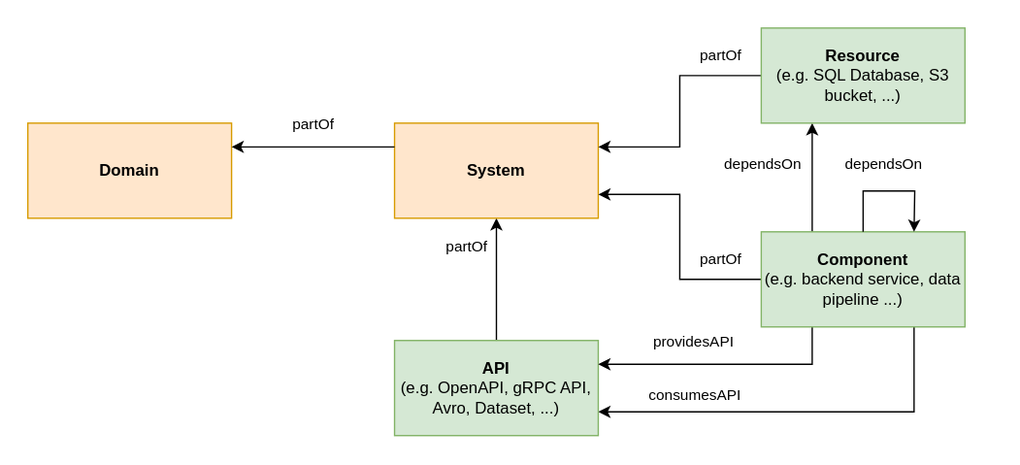
Earlier version of the draw.io export docs/assets/software-catalog/software-model-entities.drawio.svg (waldirmontoya25/backstage). Source tidied: cells renumbered, new cells last; positions are measured from the earlier drawing's top-left corner, leaving out a move shared by most shapes.
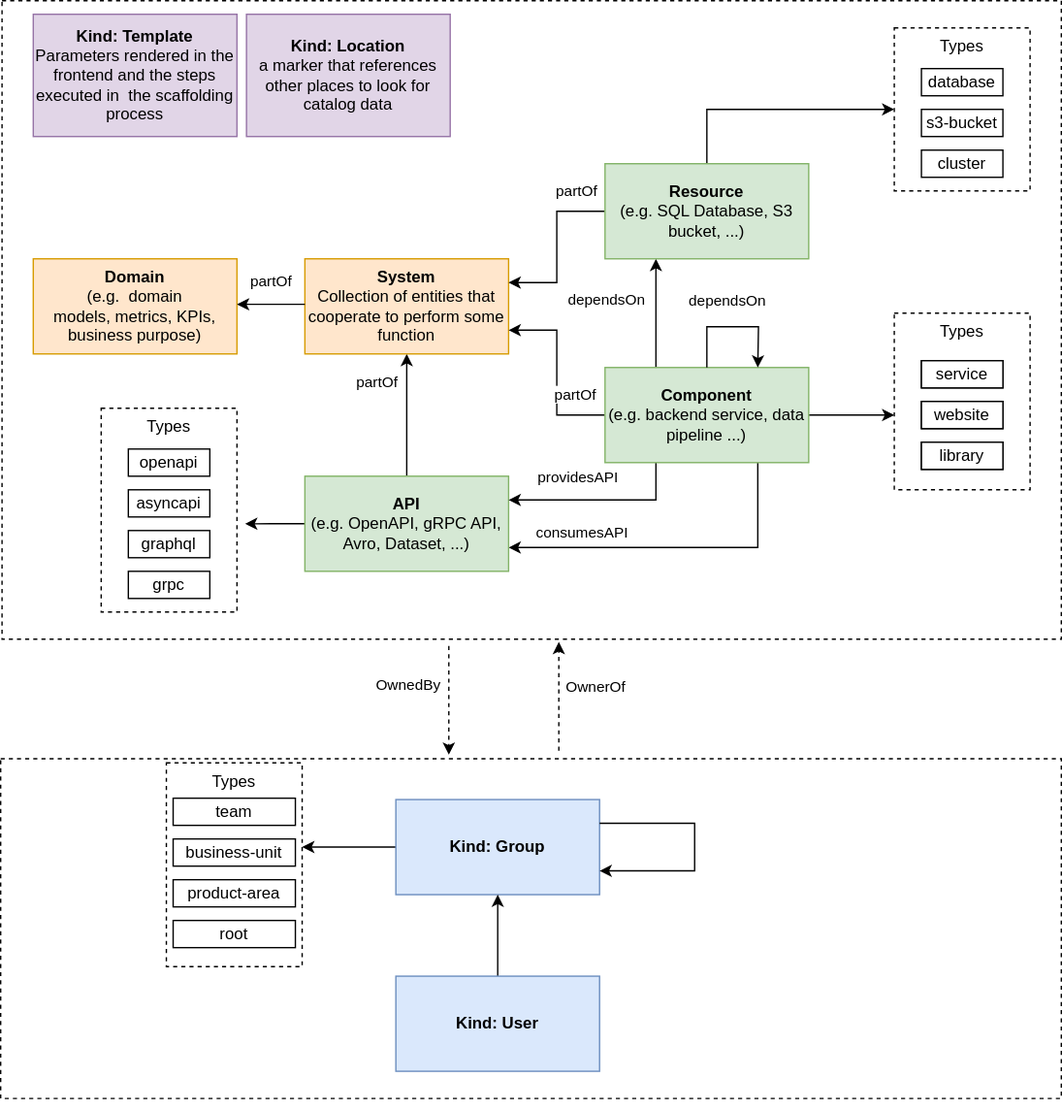
The same diagram one commit later.

What changed in the source:
```diff
@@ -2,8 +2,17 @@
   <root>
     <mxCell id="0" />
     <mxCell id="1" parent="0" />
+    <mxCell id="20" style="edgeStyle=orthogonalEdgeStyle;rounded=0;orthogonalLoop=1;jettySize=auto;html=1;dashed=1;" parent="1" edge="1">
+      <mxGeometry relative="1" as="geometry">
+        <mxPoint x="359" y="525" as="sourcePoint" />
+        <mxPoint x="359" y="605" as="targetPoint" />
+      </mxGeometry>
+    </mxCell>
+    <mxCell id="21" style="rounded=0;whiteSpace=wrap;html=1;glass=0;fillColor=none;dashed=1;" parent="1" vertex="1">
+      <mxGeometry x="30" y="50" width="780" height="470" as="geometry" />
+    </mxCell>
-    <mxCell id="2" value="&lt;b&gt;Domain&lt;/b&gt;" style="rounded=0;whiteSpace=wrap;html=1;fillColor=#ffe6cc;strokeColor=#d79b00;" parent="1" vertex="1">
-      <mxGeometry x="20" y="90" width="150" height="70" as="geometry" />
+    <mxCell id="2" value="&lt;b&gt;Domain&lt;/b&gt;&lt;br&gt;(e.g.&amp;nbsp; domain&lt;br&gt;models, metrics, KPIs, business purpose)&lt;b&gt;&lt;br&gt;&lt;/b&gt;" style="rounded=0;whiteSpace=wrap;html=1;fillColor=#ffe6cc;strokeColor=#d79b00;" parent="1" vertex="1">
+      <mxGeometry x="53" y="240" width="150" height="70" as="geometry" />
     </mxCell>
     <mxCell id="3" style="edgeStyle=orthogonalEdgeStyle;rounded=0;jettySize=auto;html=1;exitX=0.5;exitY=0;exitDx=0;exitDy=0;entryX=0.5;entryY=1;entryDx=0;entryDy=0;" parent="1" edge="1" source="11" target="5">
       <mxGeometry x="-0.56" y="-15" relative="1" as="geometry" />
@@ -13,8 +22,8 @@
         <mxPoint x="-22.5" y="-38" as="offset" />
       </mxGeometry>
     </mxCell>
-    <mxCell id="5" value="&lt;b&gt;System&lt;/b&gt;" style="rounded=0;whiteSpace=wrap;html=1;fillColor=#ffe6cc;strokeColor=#d79b00;" parent="1" vertex="1">
-      <mxGeometry x="290" y="90" width="150" height="70" as="geometry" />
+    <mxCell id="5" value="&lt;b&gt;System&lt;br&gt;&lt;/b&gt;Collection of entities that cooperate to perform some function&lt;b&gt;&lt;br&gt;&lt;/b&gt;" style="rounded=0;whiteSpace=wrap;html=1;fillColor=#ffe6cc;strokeColor=#d79b00;" parent="1" vertex="1">
+      <mxGeometry x="253" y="240" width="150" height="70" as="geometry" />
     </mxCell>
     <mxCell id="6" value="dependsOn" style="edgeStyle=orthogonalEdgeStyle;rounded=0;jettySize=auto;html=1;exitX=0.25;exitY=0;exitDx=0;exitDy=0;entryX=0.25;entryY=1;entryDx=0;entryDy=0;verticalAlign=middle;align=center;" parent="1" edge="1" source="14" target="8">
       <mxGeometry x="0.25" y="38" relative="1" as="geometry">
@@ -24,19 +33,25 @@
     <mxCell id="7" value="partOf" style="edgeStyle=orthogonalEdgeStyle;rounded=0;jettySize=auto;html=1;exitX=0;exitY=0.5;exitDx=0;exitDy=0;entryX=1;entryY=0.25;entryDx=0;entryDy=0;" parent="1" edge="1" source="8" target="5">
       <mxGeometry x="-0.65" y="-15" relative="1" as="geometry" />
     </mxCell>
+    <mxCell id="22" style="edgeStyle=orthogonalEdgeStyle;rounded=0;jettySize=auto;html=1;entryX=0;entryY=0.5;entryDx=0;entryDy=0;exitX=0.5;exitY=0;exitDx=0;exitDy=0;" parent="1" edge="1" source="8" target="54">
+      <mxGeometry relative="1" as="geometry" />
+    </mxCell>
     <mxCell id="8" value="&lt;b&gt;Resource&lt;/b&gt;&lt;br&gt;(e.g. SQL Database, S3 bucket, ...)" style="rounded=0;whiteSpace=wrap;html=1;fillColor=#d5e8d4;strokeColor=#82b366;" parent="1" vertex="1">
-      <mxGeometry x="560" y="20" width="150" height="70" as="geometry" />
+      <mxGeometry x="474" y="170" width="150" height="70" as="geometry" />
     </mxCell>
     <mxCell id="9" style="edgeStyle=orthogonalEdgeStyle;rounded=0;jettySize=auto;html=1;exitX=0.75;exitY=1;exitDx=0;exitDy=0;entryX=1;entryY=0.75;entryDx=0;entryDy=0;" parent="1" edge="1" source="14" target="11">
       <mxGeometry relative="1" as="geometry" />
     </mxCell>
     <mxCell id="10" value="consumesAPI" style="edgeLabel;html=1;align=center;verticalAlign=middle;" parent="9" vertex="1">
       <mxGeometry x="-0.26" y="5" relative="1" as="geometry">
-        <mxPoint x="-116" y="-17.5" as="offset" />
+        <mxPoint x="-102" y="-16" as="offset" />
       </mxGeometry>
     </mxCell>
+    <mxCell id="23" style="edgeStyle=orthogonalEdgeStyle;rounded=0;jettySize=auto;html=1;entryX=1.06;entryY=0.567;entryDx=0;entryDy=0;entryPerimeter=0;" parent="1" edge="1" source="11" target="45">
+      <mxGeometry relative="1" as="geometry" />
+    </mxCell>
     <mxCell id="11" value="&lt;b&gt;API&lt;/b&gt;&lt;br&gt;(e.g. OpenAPI, gRPC API, Avro, Dataset, ...)" style="rounded=0;whiteSpace=wrap;html=1;fillColor=#d5e8d4;strokeColor=#82b366;" parent="1" vertex="1">
-      <mxGeometry x="290" y="250" width="150" height="70" as="geometry" />
+      <mxGeometry x="253" y="400" width="150" height="70" as="geometry" />
     </mxCell>
     <mxCell id="12" value="providesAPI" style="edgeStyle=orthogonalEdgeStyle;rounded=0;jettySize=auto;html=1;exitX=0.25;exitY=1;exitDx=0;exitDy=0;entryX=1;entryY=0.25;entryDx=0;entryDy=0;" parent="1" edge="1" source="14" target="11">
       <mxGeometry x="0.24" y="-17" relative="1" as="geometry" />
@@ -44,23 +59,23 @@
     <mxCell id="13" value="partOf" style="edgeStyle=orthogonalEdgeStyle;rounded=0;jettySize=auto;html=1;exitX=0;exitY=0.5;exitDx=0;exitDy=0;entryX=1;entryY=0.75;entryDx=0;entryDy=0;" parent="1" edge="1" source="14" target="5">
       <mxGeometry x="-0.67" y="-15" relative="1" as="geometry" />
     </mxCell>
+    <mxCell id="24" style="edgeStyle=orthogonalEdgeStyle;rounded=0;jettySize=auto;html=1;entryX=0;entryY=0.577;entryDx=0;entryDy=0;entryPerimeter=0;" parent="1" edge="1" source="14" target="38">
+      <mxGeometry relative="1" as="geometry" />
+    </mxCell>
     <mxCell id="14" value="&lt;b&gt;Component&lt;/b&gt;&lt;br&gt;(e.g. backend service, data pipeline ...)" style="rounded=0;whiteSpace=wrap;html=1;fillColor=#d5e8d4;strokeColor=#82b366;" parent="1" vertex="1">
-      <mxGeometry x="560" y="170" width="150" height="70" as="geometry" />
+      <mxGeometry x="474" y="320" width="150" height="70" as="geometry" />
     </mxCell>
-    <mxCell id="15" value="partOf" style="endArrow=classic;html=1;exitX=0;exitY=0.25;exitDx=0;exitDy=0;entryX=1;entryY=0.25;entryDx=0;entryDy=0;" parent="1" edge="1" source="5" target="2">
-      <mxGeometry y="-17" relative="1" as="geometry" />
+    <mxCell id="15" value="partOf" style="endArrow=classic;html=1;exitX=0;exitY=0.25;exitDx=0;exitDy=0;entryX=1;entryY=0.25;entryDx=0;entryDy=0;" parent="1" edge="1">
+      <mxGeometry y="-17" relative="1" as="geometry">
+        <mxPoint x="253" y="273.5" as="sourcePoint" />
+        <mxPoint x="203" y="273.5" as="targetPoint" />
+      </mxGeometry>
     </mxCell>
-    <mxCell id="16" style="whiteSpace=wrap;html=1;strokeColor=none;" parent="1" vertex="1">
-      <mxGeometry width="20" height="20" as="geometry" />
-    </mxCell>
-    <mxCell id="17" style="whiteSpace=wrap;html=1;strokeColor=none;" parent="1" vertex="1">
-      <mxGeometry x="720" y="310" width="30" height="30" as="geometry" />
-    </mxCell>
     <mxCell id="18" style="endArrow=classic;html=1;rounded=0;entryX=0.75;entryY=0;entryDx=0;entryDy=0;exitX=0.5;exitY=0;exitDx=0;exitDy=0;" parent="1" edge="1" source="14" target="14">
       <mxGeometry relative="1" as="geometry">
         <Array as="points">
-          <mxPoint x="635" y="140" />
-          <mxPoint x="673" y="140" />
+          <mxPoint x="549" y="290" />
+          <mxPoint x="587" y="290" />
         </Array>
       </mxGeometry>
     </mxCell>
@@ -69,5 +84,112 @@
         <mxPoint x="8" y="-20" as="offset" />
       </mxGeometry>
     </mxCell>
+    <mxCell id="25" style="edgeStyle=orthogonalEdgeStyle;rounded=0;orthogonalLoop=1;jettySize=auto;html=1;entryX=0.5;entryY=1;entryDx=0;entryDy=0;dashed=1;" parent="1" edge="1">
+      <mxGeometry relative="1" as="geometry">
+        <mxPoint x="440" y="602" as="sourcePoint" />
+        <mxPoint x="440" y="522" as="targetPoint" />
+      </mxGeometry>
+    </mxCell>
+    <mxCell id="26" style="rounded=0;whiteSpace=wrap;html=1;glass=0;fillColor=none;dashed=1;" parent="1" vertex="1">
+      <mxGeometry x="29" y="608" width="781" height="250" as="geometry" />
+    </mxCell>
+    <mxCell id="27" style="edgeStyle=orthogonalEdgeStyle;rounded=0;jettySize=auto;html=1;entryX=1;entryY=0.413;entryDx=0;entryDy=0;entryPerimeter=0;" parent="1" edge="1" source="28" target="50">
+      <mxGeometry relative="1" as="geometry" />
+    </mxCell>
+    <mxCell id="28" value="&lt;b&gt;Kind: Group&lt;/b&gt;" style="rounded=0;whiteSpace=wrap;html=1;fillColor=#dae8fc;strokeColor=#6c8ebf;" parent="1" vertex="1">
+      <mxGeometry x="320" y="638" width="150" height="70" as="geometry" />
+    </mxCell>
+    <mxCell id="29" style="edgeStyle=orthogonalEdgeStyle;rounded=0;jettySize=auto;html=1;entryX=0.5;entryY=1;entryDx=0;entryDy=0;" parent="1" edge="1" source="30" target="28">
+      <mxGeometry relative="1" as="geometry" />
+    </mxCell>
+    <mxCell id="30" value="&lt;b&gt;Kind: User&lt;/b&gt;" style="rounded=0;whiteSpace=wrap;html=1;fillColor=#dae8fc;strokeColor=#6c8ebf;" parent="1" vertex="1">
+      <mxGeometry x="320" y="768" width="150" height="70" as="geometry" />
+    </mxCell>
+    <mxCell id="31" style="edgeStyle=orthogonalEdgeStyle;rounded=0;orthogonalLoop=1;jettySize=auto;html=1;entryX=1;entryY=0.75;entryDx=0;entryDy=0;exitX=1;exitY=0.25;exitDx=0;exitDy=0;" parent="1" edge="1" source="28" target="28">
+      <mxGeometry relative="1" as="geometry">
+        <Array as="points">
+          <mxPoint x="540" y="656" />
+          <mxPoint x="540" y="691" />
+        </Array>
+      </mxGeometry>
+    </mxCell>
+    <mxCell id="32" style="edgeStyle=orthogonalEdgeStyle;rounded=0;orthogonalLoop=1;jettySize=auto;html=1;exitX=0.5;exitY=1;exitDx=0;exitDy=0;" parent="1" edge="1" source="26" target="26">
+      <mxGeometry relative="1" as="geometry" />
+    </mxCell>
+    <mxCell id="33" value="OwnerOf" style="edgeLabel;html=1;align=center;verticalAlign=middle;" parent="1" vertex="1">
+      <mxGeometry x="466" y="554" as="geometry" />
+    </mxCell>
+    <mxCell id="34" value="OwnedBy" style="edgeLabel;html=1;align=center;verticalAlign=middle;" parent="1" vertex="1">
+      <mxGeometry x="328" y="553" as="geometry" />
+    </mxCell>
+    <mxCell id="35" value="Service" style="rounded=0;whiteSpace=wrap;html=1;" parent="1" vertex="1">
+      <mxGeometry x="707" y="315" width="60" height="20" as="geometry" />
+    </mxCell>
+    <mxCell id="36" value="website" style="rounded=0;whiteSpace=wrap;html=1;" parent="1" vertex="1">
+      <mxGeometry x="707" y="345" width="60" height="20" as="geometry" />
+    </mxCell>
+    <mxCell id="37" value="website" style="rounded=0;whiteSpace=wrap;html=1;" parent="1" vertex="1">
+      <mxGeometry x="707" y="375" width="60" height="20" as="geometry" />
+    </mxCell>
+    <mxCell id="38" value="Types" style="rounded=0;whiteSpace=wrap;html=1;glass=0;fillColor=none;dashed=1;verticalAlign=top;" parent="1" vertex="1">
+      <mxGeometry x="687" y="280" width="100" height="130" as="geometry" />
+    </mxCell>
+    <mxCell id="39" value="service" style="rounded=0;whiteSpace=wrap;html=1;" parent="1" vertex="1">
+      <mxGeometry x="707" y="315" width="60" height="20" as="geometry" />
+    </mxCell>
+    <mxCell id="40" value="website" style="rounded=0;whiteSpace=wrap;html=1;" parent="1" vertex="1">
+      <mxGeometry x="707" y="345" width="60" height="20" as="geometry" />
+    </mxCell>
+    <mxCell id="41" value="library" style="rounded=0;whiteSpace=wrap;html=1;" parent="1" vertex="1">
+      <mxGeometry x="707" y="375" width="60" height="20" as="geometry" />
+    </mxCell>
+    <mxCell id="42" value="asyncapi" style="rounded=0;whiteSpace=wrap;html=1;" parent="1" vertex="1">
+      <mxGeometry x="123" y="410" width="60" height="20" as="geometry" />
+    </mxCell>
+    <mxCell id="43" value="graphql" style="rounded=0;whiteSpace=wrap;html=1;" parent="1" vertex="1">
+      <mxGeometry x="123" y="440" width="60" height="20" as="geometry" />
+    </mxCell>
+    <mxCell id="44" value="grpc" style="rounded=0;whiteSpace=wrap;html=1;" parent="1" vertex="1">
+      <mxGeometry x="123" y="470" width="60" height="20" as="geometry" />
+    </mxCell>
+    <mxCell id="45" value="Types" style="rounded=0;whiteSpace=wrap;html=1;glass=0;fillColor=none;dashed=1;verticalAlign=top;" parent="1" vertex="1">
+      <mxGeometry x="103" y="350" width="100" height="150" as="geometry" />
+    </mxCell>
+    <mxCell id="46" value="openapi" style="rounded=0;whiteSpace=wrap;html=1;" parent="1" vertex="1">
+      <mxGeometry x="123" y="380" width="60" height="20" as="geometry" />
+    </mxCell>
+    <mxCell id="47" value="business-unit" style="rounded=0;whiteSpace=wrap;html=1;" parent="1" vertex="1">
+      <mxGeometry x="156" y="667" width="90" height="20" as="geometry" />
+    </mxCell>
+    <mxCell id="48" value="product-area" style="rounded=0;whiteSpace=wrap;html=1;" parent="1" vertex="1">
+      <mxGeometry x="156" y="697" width="90" height="20" as="geometry" />
+    </mxCell>
+    <mxCell id="49" value="root" style="rounded=0;whiteSpace=wrap;html=1;" parent="1" vertex="1">
+      <mxGeometry x="156" y="727" width="90" height="20" as="geometry" />
+    </mxCell>
+    <mxCell id="50" value="Types" style="rounded=0;whiteSpace=wrap;html=1;glass=0;fillColor=none;dashed=1;verticalAlign=top;" parent="1" vertex="1">
+      <mxGeometry x="151" y="611" width="100" height="150" as="geometry" />
+    </mxCell>
+    <mxCell id="51" value="team" style="rounded=0;whiteSpace=wrap;html=1;" parent="1" vertex="1">
+      <mxGeometry x="156" y="637" width="90" height="20" as="geometry" />
+    </mxCell>
+    <mxCell id="52" value="s3-bucket" style="rounded=0;whiteSpace=wrap;html=1;" parent="1" vertex="1">
+      <mxGeometry x="707" y="130" width="60" height="20" as="geometry" />
+    </mxCell>
+    <mxCell id="53" value="cluster" style="rounded=0;whiteSpace=wrap;html=1;" parent="1" vertex="1">
+      <mxGeometry x="707" y="160" width="60" height="20" as="geometry" />
+    </mxCell>
+    <mxCell id="54" value="Types" style="rounded=0;whiteSpace=wrap;html=1;glass=0;fillColor=none;dashed=1;verticalAlign=top;" parent="1" vertex="1">
+      <mxGeometry x="687" y="70" width="100" height="120" as="geometry" />
+    </mxCell>
+    <mxCell id="55" value="database" style="rounded=0;whiteSpace=wrap;html=1;" parent="1" vertex="1">
+      <mxGeometry x="707" y="100" width="60" height="20" as="geometry" />
+    </mxCell>
+    <mxCell id="56" value="&lt;b&gt;Kind: Template&lt;/b&gt;&lt;br&gt;Parameters rendered in the&lt;br&gt;frontend and the steps executed in&amp;nbsp; the scaffolding process&lt;b&gt;&lt;br&gt;&lt;/b&gt;" style="rounded=0;whiteSpace=wrap;html=1;fillColor=#e1d5e7;strokeColor=#9673a6;" parent="1" vertex="1">
+      <mxGeometry x="53" y="60" width="150" height="90" as="geometry" />
+    </mxCell>
+    <mxCell id="57" value="&lt;b&gt;Kind: Location&lt;/b&gt;&lt;br&gt;a marker that references other places to look for catalog data&lt;b&gt;&lt;br&gt;&lt;/b&gt;" style="rounded=0;whiteSpace=wrap;html=1;fillColor=#e1d5e7;strokeColor=#9673a6;" parent="1" vertex="1">
+      <mxGeometry x="210" y="60" width="150" height="90" as="geometry" />
+    </mxCell>
   </root>
 </mxGraphModel>
```
